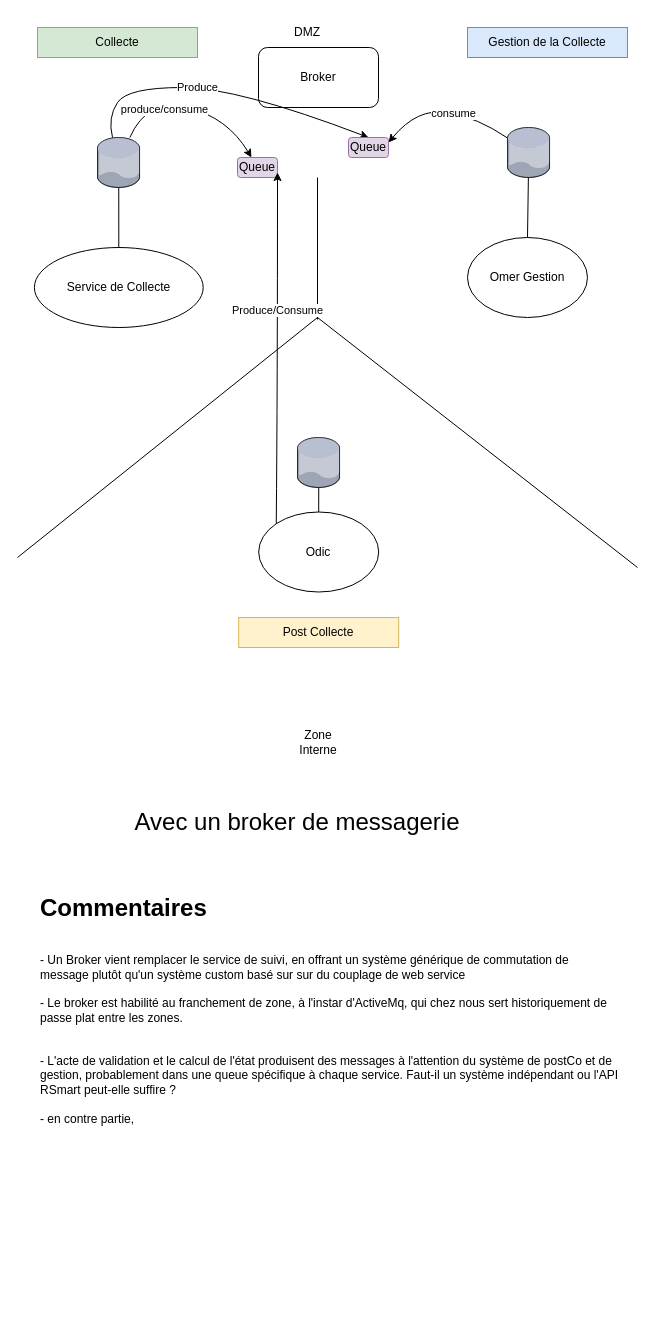
renaud23/drawio keeps this draw.io diagram as systeme-collecte-2.drawio. Above is the earlier version. Source tidied: cells renumbered, new cells numbered last; positions are measured from the earlier drawing's top-left corner, leaving out a move shared by most shapes. Both pictures are drawn from the tidied source at 100%, with x=0, y=0 at pixel (17, 17).
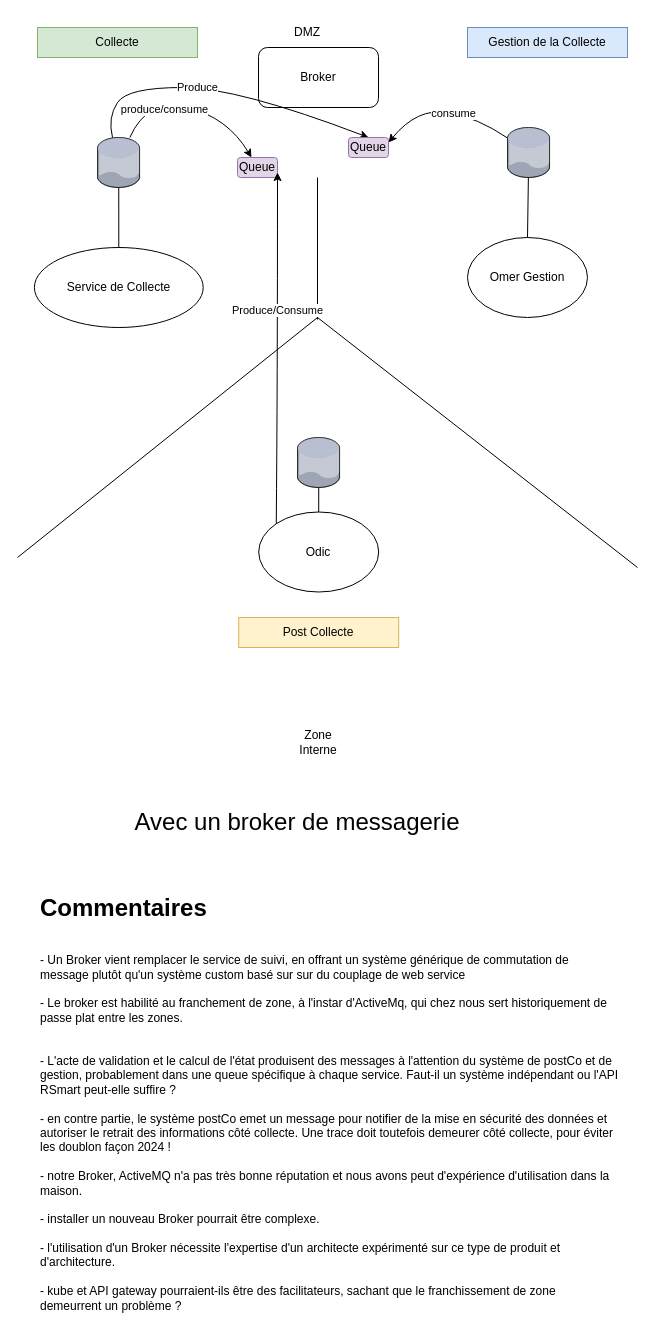
The same diagram, later.

Commit message:
Mettre à jour systeme-collecte-2.drawio

Diff of the diagram source:
```diff
@@
-    <mxCell id="19" value="&lt;h1 style=&quot;margin-top: 0px;&quot;&gt;Commentaires&lt;/h1&gt;&lt;div&gt;&lt;br&gt;&lt;/div&gt;&lt;div&gt;- Un Broker vient remplacer le service de suivi, en offrant un système générique de commutation de message plutôt qu'un système custom basé sur sur du couplage de web service&lt;/div&gt;&lt;div&gt;&lt;br&gt;&lt;/div&gt;&lt;div&gt;- Le broker est habilité au franchement de zone, à l'instar d'ActiveMq, qui chez nous sert historiquement de passe plat entre les zones.&lt;/div&gt;&lt;div&gt;&lt;br&gt;&lt;/div&gt;&lt;div&gt;&lt;br&gt;&lt;/div&gt;&lt;div&gt;- L'acte de validation et le calcul de l'état produisent des messages à l'attention du système de postCo et de gestion, probablement dans une queue spécifique à chaque service. Faut-il un système indépendant ou l'API RSmart peut-elle suffire ?&lt;/div&gt;&lt;div&gt;&lt;br&gt;&lt;/div&gt;&lt;div&gt;- en contre partie,&amp;nbsp;&lt;/div&gt;&lt;div&gt;&lt;br&gt;&lt;/div&gt;&lt;div&gt;&lt;br&gt;&lt;/div&gt;" style="text;html=1;whiteSpace=wrap;overflow=hidden;rounded=0;" parent="1" vertex="1">
-      <mxGeometry x="21" y="870" width="580" height="330" as="geometry" />
+    <mxCell id="19" value="&lt;h1 style=&quot;margin-top: 0px;&quot;&gt;Commentaires&lt;/h1&gt;&lt;div&gt;&lt;br&gt;&lt;/div&gt;&lt;div&gt;- Un Broker vient remplacer le service de suivi, en offrant un système générique de commutation de message plutôt qu'un système custom basé sur sur du couplage de web service&lt;/div&gt;&lt;div&gt;&lt;br&gt;&lt;/div&gt;&lt;div&gt;- Le broker est habilité au franchement de zone, à l'instar d'ActiveMq, qui chez nous sert historiquement de passe plat entre les zones.&lt;/div&gt;&lt;div&gt;&lt;br&gt;&lt;/div&gt;&lt;div&gt;&lt;br&gt;&lt;/div&gt;&lt;div&gt;- L'acte de validation et le calcul de l'état produisent des messages à l'attention du système de postCo et de gestion, probablement dans une queue spécifique à chaque service. Faut-il un système indépendant ou l'API RSmart peut-elle suffire ?&lt;/div&gt;&lt;div&gt;&lt;br&gt;&lt;/div&gt;&lt;div&gt;- en contre partie, le système postCo emet un message pour notifier de la mise en sécurité des données et autoriser le retrait des informations côté collecte. Une trace doit toutefois demeurer côté collecte, pour éviter les doublon façon 2024 !&lt;/div&gt;&lt;div&gt;&lt;br&gt;&lt;/div&gt;&lt;div&gt;- notre Broker, ActiveMQ n'a pas très bonne réputation et nous avons peut d'expérience d'utilisation dans la maison.&lt;/div&gt;&lt;div&gt;&lt;br&gt;&lt;/div&gt;&lt;div&gt;- installer un nouveau Broker pourrait être complexe.&lt;/div&gt;&lt;div&gt;&lt;br&gt;&lt;/div&gt;&lt;div&gt;- l'utilisation d'un Broker nécessite l'expertise d'un architecte expérimenté sur ce type de produit et d'architecture.&lt;/div&gt;&lt;div&gt;&lt;br&gt;&lt;/div&gt;&lt;div&gt;- kube et API gateway pourraient-ils être des facilitateurs, sachant que le franchissement de zone demeurrent un problème ?&lt;/div&gt;&lt;div&gt;&lt;br&gt;&lt;/div&gt;" style="text;html=1;whiteSpace=wrap;overflow=hidden;rounded=0;" parent="1" vertex="1">
+      <mxGeometry x="21" y="870" width="580" height="430" as="geometry" />
     </mxCell>
```
